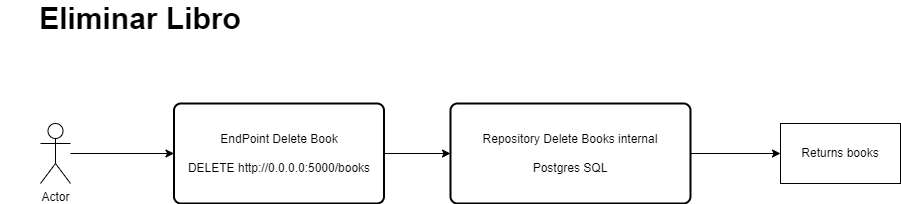
henry512/group-r5-api-books keeps this draw.io diagram as docs/Diagrama de flujo - Eliminar Libros - DELETE Books.png. Above is the earlier version. Source tidied: cells renumbered, new cells last; positions are measured from the earlier drawing's top-left corner, leaving out a move shared by most shapes.
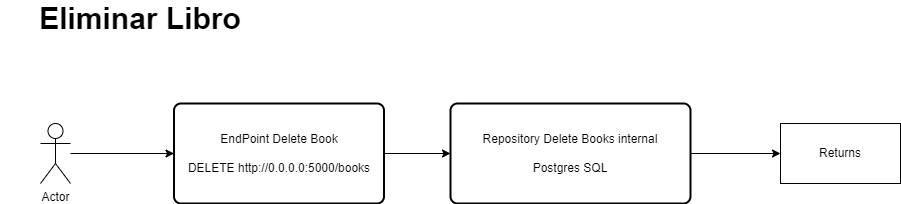
The same file after the commit.

Commit message:
updated: changed process return

Diff of the diagram source:
```diff
@@ -20,7 +20,7 @@
     <mxCell id="7" value="Repository Delete Books internal&lt;br&gt;&lt;br&gt;Postgres SQL" style="rounded=1;whiteSpace=wrap;html=1;absoluteArcSize=1;arcSize=14;strokeWidth=2;" parent="1" vertex="1">
       <mxGeometry x="450" y="100" width="240" height="100" as="geometry" />
     </mxCell>
-    <mxCell id="8" value="Returns books" style="whiteSpace=wrap;html=1;" parent="1" vertex="1">
+    <mxCell id="8" value="Returns" style="whiteSpace=wrap;html=1;" parent="1" vertex="1">
       <mxGeometry x="780" y="120" width="120" height="60" as="geometry" />
     </mxCell>
     <mxCell id="9" value="&lt;font style=&quot;font-size: 30px&quot;&gt;&lt;b&gt;Eliminar Libro&lt;/b&gt;&lt;/font&gt;" style="text;html=1;strokeColor=none;fillColor=none;align=center;verticalAlign=middle;whiteSpace=wrap;rounded=0;fontSize=25;" parent="1" vertex="1">
```
